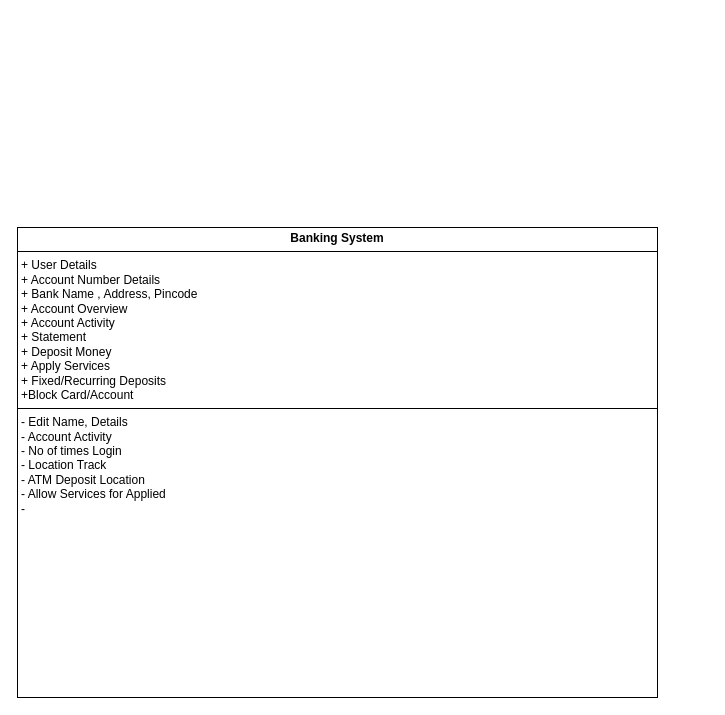
nikhilsoftwareboy/Draw.io keeps this draw.io diagram as Banking System.drawio. Above is the earlier version. Source tidied: cells renumbered, new cells numbered last; positions are measured from the earlier drawing's top-left corner, leaving out a move shared by most shapes. Both pictures are drawn from the tidied source at 100%, with x=0, y=0 at pixel (17, 227).
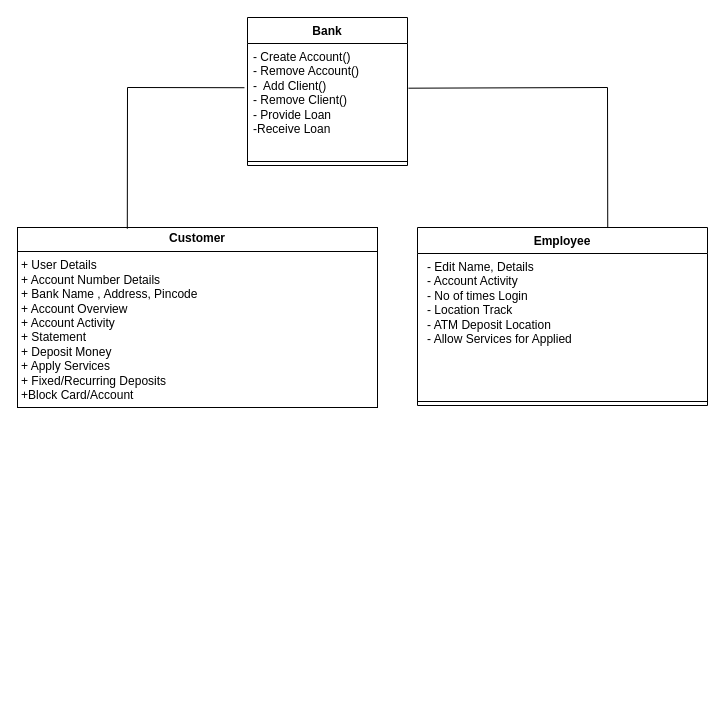
The same diagram, later.

What changed in the source:
```diff
@@
 <mxGraphModel>
   <root>
     <mxCell id="0" />
     <mxCell id="1" parent="0" />
-    <mxCell id="2" value="&lt;p style=&quot;margin:0px;margin-top:4px;text-align:center;&quot;&gt;&lt;b&gt;Banking System&lt;/b&gt;&lt;/p&gt;&lt;hr size=&quot;1&quot; style=&quot;border-style:solid;&quot;&gt;&lt;p style=&quot;margin:0px;margin-left:4px;&quot;&gt;+ User Details&lt;/p&gt;&lt;p style=&quot;margin:0px;margin-left:4px;&quot;&gt;+ Account Number Details&lt;/p&gt;&lt;p style=&quot;margin:0px;margin-left:4px;&quot;&gt;+ Bank Name , Address, Pincode&lt;/p&gt;&lt;p style=&quot;margin:0px;margin-left:4px;&quot;&gt;+ Account Overview&lt;/p&gt;&lt;p style=&quot;margin:0px;margin-left:4px;&quot;&gt;+ Account Activity&lt;/p&gt;&lt;p style=&quot;margin:0px;margin-left:4px;&quot;&gt;+ Statement&lt;br&gt;+ Deposit Money&lt;/p&gt;&lt;p style=&quot;margin:0px;margin-left:4px;&quot;&gt;+ Apply Services&lt;/p&gt;&lt;p style=&quot;margin:0px;margin-left:4px;&quot;&gt;+ Fixed/Recurring Deposits&lt;/p&gt;&lt;p style=&quot;margin:0px;margin-left:4px;&quot;&gt;+Block Card/Account&amp;nbsp;&lt;/p&gt;&lt;hr size=&quot;1&quot; style=&quot;border-style:solid;&quot;&gt;&lt;p style=&quot;margin:0px;margin-left:4px;&quot;&gt;- Edit Name, Details&lt;/p&gt;&lt;p style=&quot;margin:0px;margin-left:4px;&quot;&gt;- Account Activity&lt;/p&gt;&lt;p style=&quot;margin:0px;margin-left:4px;&quot;&gt;- No of times Login&lt;/p&gt;&lt;p style=&quot;margin:0px;margin-left:4px;&quot;&gt;- Location Track&lt;/p&gt;&lt;p style=&quot;margin:0px;margin-left:4px;&quot;&gt;- ATM Deposit Location&lt;/p&gt;&lt;p style=&quot;margin:0px;margin-left:4px;&quot;&gt;- Allow Services for Applied&lt;/p&gt;&lt;p style=&quot;margin:0px;margin-left:4px;&quot;&gt;-&amp;nbsp;&lt;/p&gt;" style="verticalAlign=top;align=left;overflow=fill;html=1;whiteSpace=wrap;" parent="1" vertex="1">
-      <mxGeometry width="640" height="470" as="geometry" />
+    <mxCell id="2" value="&lt;p style=&quot;margin:0px;margin-top:4px;text-align:center;&quot;&gt;&lt;b&gt;Customer&lt;/b&gt;&lt;/p&gt;&lt;hr size=&quot;1&quot; style=&quot;border-style:solid;&quot;&gt;&lt;p style=&quot;margin:0px;margin-left:4px;&quot;&gt;+ User Details&lt;/p&gt;&lt;p style=&quot;margin:0px;margin-left:4px;&quot;&gt;+ Account Number Details&lt;/p&gt;&lt;p style=&quot;margin:0px;margin-left:4px;&quot;&gt;+ Bank Name , Address, Pincode&lt;/p&gt;&lt;p style=&quot;margin:0px;margin-left:4px;&quot;&gt;+ Account Overview&lt;/p&gt;&lt;p style=&quot;margin:0px;margin-left:4px;&quot;&gt;+ Account Activity&lt;/p&gt;&lt;p style=&quot;margin:0px;margin-left:4px;&quot;&gt;+ Statement&lt;br&gt;+ Deposit Money&lt;/p&gt;&lt;p style=&quot;margin:0px;margin-left:4px;&quot;&gt;+ Apply Services&lt;/p&gt;&lt;p style=&quot;margin:0px;margin-left:4px;&quot;&gt;+ Fixed/Recurring Deposits&lt;/p&gt;&lt;p style=&quot;margin:0px;margin-left:4px;&quot;&gt;+Block Card/Account&amp;nbsp;&lt;/p&gt;&lt;hr size=&quot;1&quot; style=&quot;border-style:solid;&quot;&gt;&lt;p style=&quot;margin:0px;margin-left:4px;&quot;&gt;&lt;br&gt;&lt;/p&gt;" style="verticalAlign=top;align=left;overflow=fill;html=1;whiteSpace=wrap;" parent="1" vertex="1">
+      <mxGeometry width="360" height="180" as="geometry" />
     </mxCell>
+    <mxCell id="3" value="Employee" style="swimlane;fontStyle=1;align=center;verticalAlign=top;horizontal=1;startSize=26;whiteSpace=wrap;html=1;" parent="1" vertex="1">
+      <mxGeometry x="400" width="290" height="178" as="geometry" />
+    </mxCell>
+    <mxCell id="4" value="&lt;p style=&quot;margin: 0px 0px 0px 4px;&quot;&gt;- Edit Name, Details&lt;/p&gt;&lt;p style=&quot;margin: 0px 0px 0px 4px;&quot;&gt;- Account Activity&lt;/p&gt;&lt;p style=&quot;margin: 0px 0px 0px 4px;&quot;&gt;- No of times Login&lt;/p&gt;&lt;p style=&quot;margin: 0px 0px 0px 4px;&quot;&gt;- Location Track&lt;/p&gt;&lt;p style=&quot;margin: 0px 0px 0px 4px;&quot;&gt;- ATM Deposit Location&lt;/p&gt;&lt;p style=&quot;margin: 0px 0px 0px 4px;&quot;&gt;- Allow Services for Applied&lt;/p&gt;" style="text;strokeColor=none;fillColor=none;align=left;verticalAlign=top;spacingLeft=4;spacingRight=4;overflow=hidden;whiteSpace=wrap;html=1;" parent="3" vertex="1">
+      <mxGeometry y="26" width="290" height="144" as="geometry" />
+    </mxCell>
+    <mxCell id="5" style="line;strokeWidth=1;fillColor=none;align=left;verticalAlign=middle;spacingTop=-1;spacingLeft=3;spacingRight=3;labelPosition=right;strokeColor=inherit;" parent="3" vertex="1">
+      <mxGeometry y="170" width="290" height="8" as="geometry" />
+    </mxCell>
+    <mxCell id="6" value="Bank" style="swimlane;fontStyle=1;align=center;verticalAlign=top;horizontal=1;startSize=26;whiteSpace=wrap;html=1;" parent="1" vertex="1">
+      <mxGeometry x="230" y="-210" width="160" height="148" as="geometry" />
+    </mxCell>
+    <mxCell id="7" value="- Create Account()&lt;div&gt;- Remove Account()&lt;/div&gt;&lt;div&gt;-&amp;nbsp; Add Client()&lt;/div&gt;&lt;div&gt;- Remove Client()&lt;/div&gt;&lt;div&gt;- Provide Loan&lt;/div&gt;&lt;div&gt;-Receive Loan&lt;/div&gt;&lt;div&gt;&lt;br&gt;&lt;/div&gt;" style="text;strokeColor=none;fillColor=none;align=left;verticalAlign=top;spacingLeft=4;spacingRight=4;overflow=hidden;points=[[0,0.5],[1,0.5]];portConstraint=eastwest;whiteSpace=wrap;html=1;" parent="6" vertex="1">
+      <mxGeometry y="26" width="160" height="114" as="geometry" />
+    </mxCell>
+    <mxCell id="8" style="line;strokeWidth=1;fillColor=none;align=left;verticalAlign=middle;spacingTop=-1;spacingLeft=3;spacingRight=3;labelPosition=right;strokeColor=inherit;" parent="6" vertex="1">
+      <mxGeometry y="140" width="160" height="8" as="geometry" />
+    </mxCell>
+    <mxCell id="9" style="endArrow=none;html=1;rounded=0;exitX=1.006;exitY=0.392;exitDx=0;exitDy=0;entryX=0.656;entryY=0.003;entryDx=0;entryDy=0;entryPerimeter=0;exitPerimeter=0;" parent="1" edge="1" source="7" target="3">
+      <mxGeometry relative="1" as="geometry">
+        <Array as="points">
+          <mxPoint x="590" y="-140" />
+        </Array>
+      </mxGeometry>
+    </mxCell>
+    <mxCell id="10" style="endArrow=none;html=1;rounded=0;entryX=-0.019;entryY=0.388;entryDx=0;entryDy=0;entryPerimeter=0;exitX=0.305;exitY=0.007;exitDx=0;exitDy=0;exitPerimeter=0;" parent="1" edge="1" source="2" target="7">
+      <mxGeometry relative="1" as="geometry">
+        <Array as="points">
+          <mxPoint x="110" y="-140" />
+        </Array>
+      </mxGeometry>
+    </mxCell>
   </root>
 </mxGraphModel>
```
